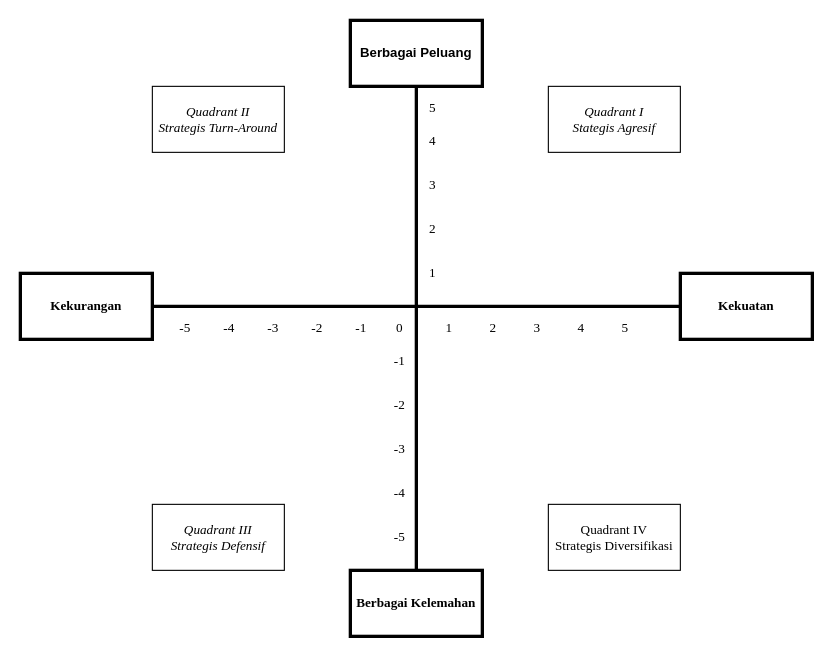
The draw.io diagram dump-diagrams/quadran-diagram-diah.drawio in xoghub/diagrams, before the edit. Source tidied: cells renumbered, new cells numbered last; positions are measured from the earlier drawing's top-left corner, leaving out a move shared by most shapes. Both pictures are drawn from the tidied source at 110%, with x=0, y=0 at pixel (20, 20).
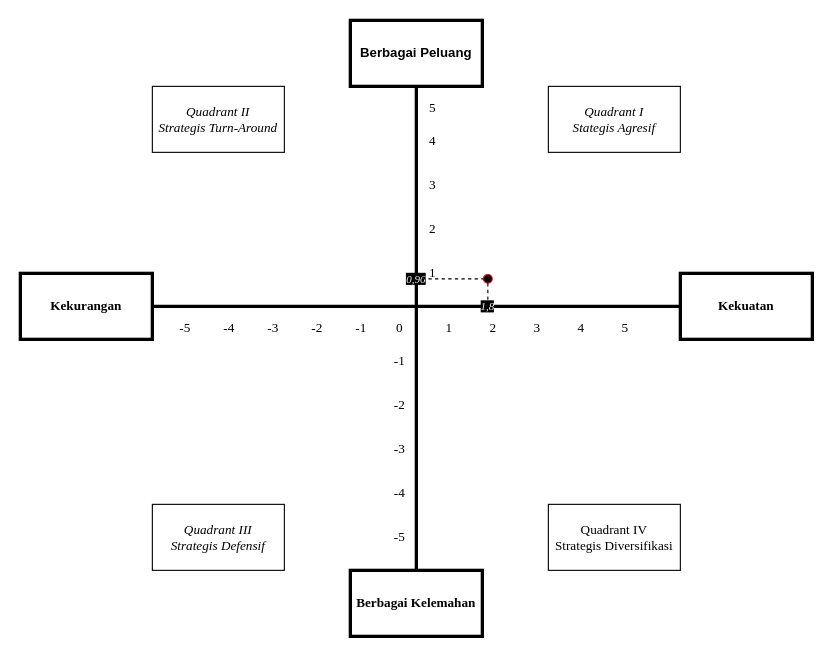
The same page after the edit.

The change refers to these unchanged cells:
```xml
<mxCell id="4" value="&lt;b&gt;Berbagai Peluang&lt;/b&gt;" style="rounded=0;whiteSpace=wrap;html=1;gradientColor=none;strokeWidth=3;" parent="1" vertex="1">
  <mxGeometry x="300" width="120" height="60" as="geometry" />
</mxCell>
<mxCell id="5" value="&lt;b&gt;&lt;font face=&quot;Times New Roman&quot;&gt;Berbagai Kelemahan&lt;/font&gt;&lt;/b&gt;" style="rounded=0;whiteSpace=wrap;html=1;strokeWidth=3;" parent="1" vertex="1">
  <mxGeometry x="300" y="500" width="120" height="60" as="geometry" />
</mxCell>
```

Change to the diagram source:
```diff
@@
-    <mxCell id="2" style="endArrow=none;html=1;rounded=0;jumpStyle=none;entryX=0.5;entryY=1;entryDx=0;entryDy=0;exitX=0.5;exitY=0;exitDx=0;exitDy=0;strokeWidth=3;" parent="1" edge="1" source="5" target="4">
+    <mxCell id="2" style="endArrow=none;html=1;rounded=0;jumpStyle=none;entryX=0.5;entryY=1;entryDx=0;entryDy=0;exitX=0.5;exitY=0;exitDx=0;exitDy=0;strokeWidth=3;" parent="1" edge="1" source="36" target="4">
       <mxGeometry relative="1" as="geometry" />
     </mxCell>
@@
+    <mxCell id="34" value="&lt;i style=&quot;font-size: 10px;&quot;&gt;&lt;font style=&quot;background-color: rgb(0, 0, 0); font-size: 10px;&quot; color=&quot;#f2f2f2&quot;&gt;1,8&lt;/font&gt;&lt;/i&gt;" style="text;html=1;strokeColor=none;fillColor=none;align=center;verticalAlign=middle;whiteSpace=wrap;rounded=0;fontFamily=Times New Roman;fontSize=10;" parent="1" vertex="1">
+      <mxGeometry x="420" y="255" width="10" height="10" as="geometry" />
+    </mxCell>
+    <mxCell id="35" style="endArrow=none;html=1;rounded=0;jumpStyle=none;entryX=0.5;entryY=1;entryDx=0;entryDy=0;exitX=0.5;exitY=0;exitDx=0;exitDy=0;strokeWidth=3;" parent="1" edge="1" source="5" target="36">
+      <mxGeometry relative="1" as="geometry" />
+    </mxCell>
+    <mxCell id="36" value="&lt;i style=&quot;font-size: 10px;&quot;&gt;&lt;font style=&quot;background-color: rgb(0, 0, 0); font-size: 10px;&quot; color=&quot;#f2f2f2&quot;&gt;0,96&lt;/font&gt;&lt;/i&gt;" style="text;html=1;strokeColor=none;fillColor=none;align=center;verticalAlign=middle;whiteSpace=wrap;rounded=0;fontFamily=Times New Roman;fontSize=10;" parent="1" vertex="1">
+      <mxGeometry x="355" y="230" width="10" height="10" as="geometry" />
+    </mxCell>
+    <mxCell id="37" style="ellipse;whiteSpace=wrap;html=1;fillColor=#000000;strokeColor=#ff0000;" parent="1" vertex="1">
+      <mxGeometry x="421" y="231" width="8" height="8" as="geometry" />
+    </mxCell>
+    <mxCell id="38" style="endArrow=none;dashed=1;html=1;rounded=0;exitX=1;exitY=0.5;exitDx=0;exitDy=0;entryX=0;entryY=0.5;entryDx=0;entryDy=0;" parent="1" edge="1" source="36" target="37">
+      <mxGeometry relative="1" as="geometry" />
+    </mxCell>
+    <mxCell id="39" style="endArrow=none;dashed=1;html=1;rounded=0;exitX=0.5;exitY=1;exitDx=0;exitDy=0;entryX=0.5;entryY=0;entryDx=0;entryDy=0;" parent="1" edge="1" source="37" target="34">
+      <mxGeometry relative="1" as="geometry" />
+    </mxCell>
```
